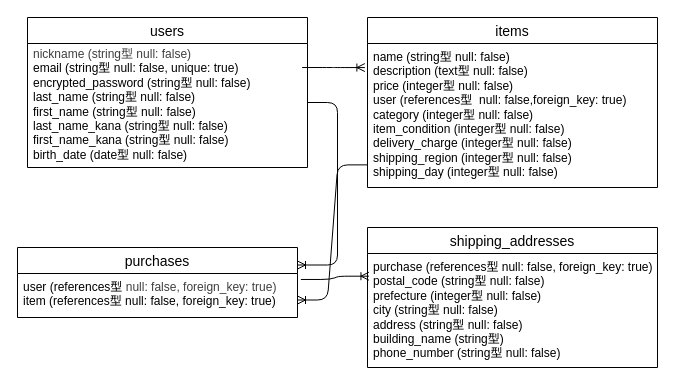
Before: ER.dio in 41728/furima-41728, a draw.io diagram. Source tidied: cells renumbered, new cells numbered last; positions are measured from the earlier drawing's top-left corner, leaving out a move shared by most shapes. Both pictures are drawn from the tidied source at 100%, with x=0, y=0 at pixel (17, 17).
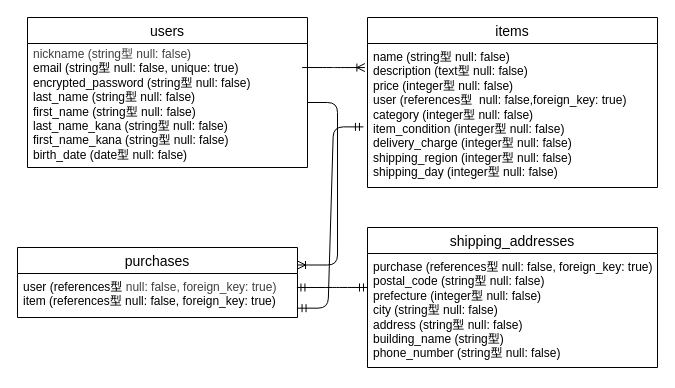
The same diagram, later.

Change to the diagram source:
```diff
@@
 <mxGraphModel>
   <root>
     <mxCell id="0" />
     <mxCell id="1" parent="0" />
     <mxCell id="2" value="users" style="swimlane;fontStyle=0;horizontal=1;startSize=26;align=center;fontSize=14;" parent="1" vertex="1">
       <mxGeometry x="10" width="280" height="150" as="geometry" />
     </mxCell>
     <mxCell id="3" value="items" style="swimlane;fontStyle=0;horizontal=1;startSize=26;align=center;fontSize=14;" parent="1" vertex="1">
       <mxGeometry x="350" width="290" height="170" as="geometry" />
     </mxCell>
     <mxCell id="4" value="&lt;div&gt;&lt;span style=&quot;color: rgb(0, 0, 0);&quot;&gt;name (string型 null: false)&lt;/span&gt;&lt;/div&gt;&lt;div&gt;&lt;span style=&quot;color: rgb(0, 0, 0);&quot;&gt;description (text型 null: false)&lt;/span&gt;&lt;/div&gt;&lt;div&gt;&lt;span style=&quot;color: rgb(0, 0, 0);&quot;&gt;price (integer型 null: false)&lt;/span&gt;&lt;/div&gt;&lt;div&gt;&lt;span style=&quot;color: rgb(0, 0, 0);&quot;&gt;user (references型&amp;nbsp; null: false,foreign_key: true)&lt;/span&gt;&lt;/div&gt;&lt;div&gt;category (integer型 null: false)&lt;/div&gt;&lt;div&gt;item_condition (integer型 null: false)&lt;/div&gt;&lt;div&gt;delivery_charge (integer型 null: false)&lt;/div&gt;&lt;div&gt;shipping_region (integer型 null: false)&lt;/div&gt;&lt;div&gt;shipping_day (integer型 null: false)&lt;/div&gt;" style="text;strokeColor=none;fillColor=none;spacingLeft=4;spacingRight=4;overflow=hidden;points=[[0,0.5],[1,0.5]];portConstraint=eastwest;fontSize=12;whiteSpace=wrap;html=1;" parent="3" vertex="1">
       <mxGeometry y="26" width="290" height="144" as="geometry" />
     </mxCell>
     <mxCell id="5" value="purchases" style="swimlane;fontStyle=0;horizontal=1;startSize=26;align=center;fontSize=14;" parent="1" vertex="1">
       <mxGeometry y="230" width="280" height="70" as="geometry" />
     </mxCell>
     <mxCell id="6" value="user (references型&amp;nbsp;&lt;span style=&quot;color: rgb(63, 63, 63);&quot;&gt;null: false, foreign_key: true)&lt;/span&gt;&lt;div&gt;&lt;span style=&quot;background-color: transparent;&quot;&gt;item (&lt;/span&gt;references型 null: false, foreign_key: true)&lt;/div&gt;" style="text;strokeColor=none;fillColor=none;spacingLeft=4;spacingRight=4;overflow=hidden;points=[[0,0.5],[1,0.5]];portConstraint=eastwest;fontSize=12;whiteSpace=wrap;html=1;" parent="5" vertex="1">
       <mxGeometry y="26" width="280" height="44" as="geometry" />
     </mxCell>
     <mxCell id="7" value="shipping_addresses" style="swimlane;fontStyle=0;horizontal=1;startSize=26;align=center;fontSize=14;" parent="1" vertex="1">
       <mxGeometry x="350" y="210" width="290" height="140" as="geometry" />
     </mxCell>
     <mxCell id="8" value="purchase (references型&amp;nbsp;null: false, foreign_key: true)&lt;div&gt;postal_code (string型 null: false)&lt;/div&gt;&lt;div&gt;prefecture (integer型 null: false)&lt;/div&gt;&lt;div&gt;city (string型 null: false)&lt;/div&gt;&lt;div&gt;address (string型 null: false)&lt;/div&gt;&lt;div&gt;building_name (string型)&lt;/div&gt;&lt;div&gt;phone_number (string型 null: false)&lt;/div&gt;" style="text;strokeColor=none;fillColor=none;spacingLeft=4;spacingRight=4;overflow=hidden;points=[[0,0.5],[1,0.5]];portConstraint=eastwest;fontSize=12;whiteSpace=wrap;html=1;" parent="7" vertex="1">
       <mxGeometry y="26" width="290" height="114" as="geometry" />
     </mxCell>
     <mxCell id="9" value="&lt;div&gt;&lt;span style=&quot;color: rgb(63, 63, 63);&quot;&gt;nickname (string型&amp;nbsp;null: false)&lt;/span&gt;&lt;span style=&quot;background-color: transparent;&quot;&gt;&lt;/span&gt;&lt;/div&gt;&lt;div&gt;&lt;span style=&quot;background-color: transparent;&quot;&gt;email (&lt;/span&gt;&lt;span style=&quot;background-color: transparent;&quot;&gt;string型&amp;nbsp;&lt;/span&gt;&lt;span style=&quot;background-color: transparent;&quot;&gt;null: false, unique: true)&lt;/span&gt;&lt;/div&gt;&lt;div&gt;encrypted_password (string型 null: false)&lt;br&gt;last_name (string型 null: false)&lt;/div&gt;&lt;div&gt;first_name (string型 null: false)&lt;/div&gt;last_name_kana (string型 null: false)&lt;div&gt;first_name_kana (string型 null: false)&lt;font color=&quot;#000000&quot;&gt;&lt;br&gt;&lt;/font&gt;&lt;div&gt;&lt;span style=&quot;color: rgb(0, 0, 0);&quot;&gt;birth_date (date型 null: false)&lt;/span&gt;&lt;/div&gt;&lt;/div&gt;" style="text;strokeColor=none;fillColor=none;spacingLeft=4;spacingRight=4;overflow=hidden;points=[[0,0.5],[1,0.5]];portConstraint=eastwest;fontSize=12;whiteSpace=wrap;html=1;" parent="1" vertex="1">
       <mxGeometry x="10" y="23" width="280" height="124" as="geometry" />
     </mxCell>
-    <mxCell id="10" style="edgeStyle=entityRelationEdgeStyle;fontSize=12;html=1;endArrow=ERoneToMany;exitX=0.001;exitY=0.843;exitDx=0;exitDy=0;exitPerimeter=0;entryX=1;entryY=0.75;entryDx=0;entryDy=0;" parent="1" edge="1" source="4" target="5">
-      <mxGeometry relative="1" as="geometry">
-        <Array as="points">
-          <mxPoint x="290" y="280" />
-        </Array>
-      </mxGeometry>
-    </mxCell>
     <mxCell id="11" style="edgeStyle=entityRelationEdgeStyle;fontSize=12;html=1;endArrow=ERoneToMany;entryX=1;entryY=0.25;entryDx=0;entryDy=0;" parent="1" edge="1" source="9" target="5">
       <mxGeometry relative="1" as="geometry">
         <Array as="points">
           <mxPoint x="110" y="200" />
         </Array>
       </mxGeometry>
     </mxCell>
     <mxCell id="12" style="edgeStyle=entityRelationEdgeStyle;fontSize=12;html=1;endArrow=ERoneToMany;exitX=0.981;exitY=0.218;exitDx=0;exitDy=0;exitPerimeter=0;entryX=-0.009;entryY=0.167;entryDx=0;entryDy=0;entryPerimeter=0;" parent="1" edge="1" source="9" target="4">
       <mxGeometry relative="1" as="geometry" />
     </mxCell>
-    <mxCell id="13" style="edgeStyle=entityRelationEdgeStyle;fontSize=12;html=1;endArrow=ERoneToMany;exitX=1.012;exitY=0.136;exitDx=0;exitDy=0;exitPerimeter=0;entryX=0.005;entryY=0.199;entryDx=0;entryDy=0;entryPerimeter=0;" parent="1" edge="1" source="6" target="8">
+    <mxCell id="13" style="edgeStyle=entityRelationEdgeStyle;fontSize=12;html=1;endArrow=ERmandOne;startArrow=ERmandOne;exitX=0.998;exitY=0.318;exitDx=0;exitDy=0;exitPerimeter=0;entryX=0;entryY=0.298;entryDx=0;entryDy=0;entryPerimeter=0;" parent="1" edge="1" source="6" target="8">
       <mxGeometry relative="1" as="geometry" />
     </mxCell>
+    <mxCell id="14" style="edgeStyle=entityRelationEdgeStyle;fontSize=12;html=1;endArrow=ERmandOne;startArrow=ERmandOne;exitX=1.002;exitY=0.788;exitDx=0;exitDy=0;exitPerimeter=0;entryX=-0.014;entryY=0.579;entryDx=0;entryDy=0;entryPerimeter=0;" parent="1" edge="1" source="6" target="4">
+      <mxGeometry relative="1" as="geometry" />
+    </mxCell>
   </root>
 </mxGraphModel>
```
